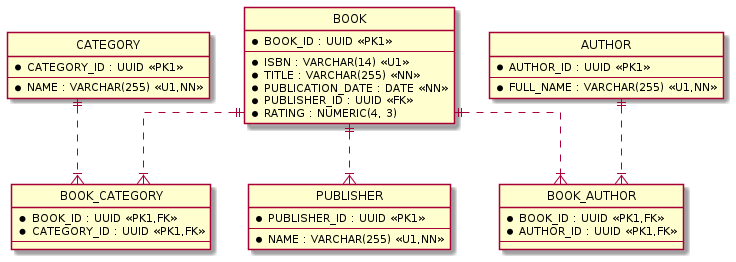
This is img/tables.png from eugene-khyst/postgresql-performance-essentials, a PlantUML export, as it was before one commit. Its diagram source:
```plantuml
@startuml

hide circle

skinparam linetype ortho

entity "CATEGORY" as c {
  *CATEGORY_ID : UUID <<PK1>>
  --
  *NAME : VARCHAR(255) <<U1,NN>>
}

entity "AUTHOR" as a {
  *AUTHOR_ID : UUID <<PK1>>
  --
  *FULL_NAME : VARCHAR(255) <<U1,NN>>
}

entity "PUBLISHER" as p {
  *PUBLISHER_ID : UUID <<PK1>>
  --
  *NAME : VARCHAR(255) <<U1,NN>>
}

entity "BOOK" as b {
  *BOOK_ID : UUID <<PK1>>
  --
  *ISBN : VARCHAR(14) <<U1>>
  *TITLE : VARCHAR(255) <<NN>>
  *PUBLICATION_DATE : DATE <<NN>>
  *PUBLISHER_ID : UUID <<FK>>
  *RATING : NUMERIC(4, 3)
}

entity "BOOK_CATEGORY" as bc {
  *BOOK_ID : UUID <<PK1,FK>>
  *CATEGORY_ID : UUID <<PK1,FK>>
  --
}

entity "BOOK_AUTHOR" as ba {
  *BOOK_ID : UUID <<PK1,FK>>
  *AUTHOR_ID : UUID <<PK1,FK>>
  --
}

b ||..|{ bc
b ||..|{ ba
b ||..|{ p

c ||..|{ bc
a ||..|{ ba

@enduml
```
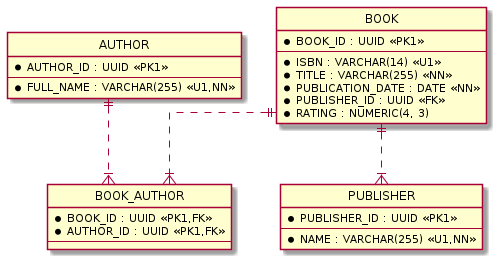
After the change.

Change to the diagram source:
```diff
@@ -3,12 +3,6 @@
 hide circle
 
 skinparam linetype ortho
-
-entity "CATEGORY" as c {
-  *CATEGORY_ID : UUID <<PK1>>
-  --
-  *NAME : VARCHAR(255) <<U1,NN>>
-}
 
 entity "AUTHOR" as a {
   *AUTHOR_ID : UUID <<PK1>>
@@ -32,23 +26,15 @@
   *RATING : NUMERIC(4, 3)
 }
 
-entity "BOOK_CATEGORY" as bc {
-  *BOOK_ID : UUID <<PK1,FK>>
-  *CATEGORY_ID : UUID <<PK1,FK>>
-  --
-}
-
 entity "BOOK_AUTHOR" as ba {
   *BOOK_ID : UUID <<PK1,FK>>
   *AUTHOR_ID : UUID <<PK1,FK>>
   --
 }
 
-b ||..|{ bc
 b ||..|{ ba
 b ||..|{ p
 
-c ||..|{ bc
 a ||..|{ ba
 
 @enduml
```
